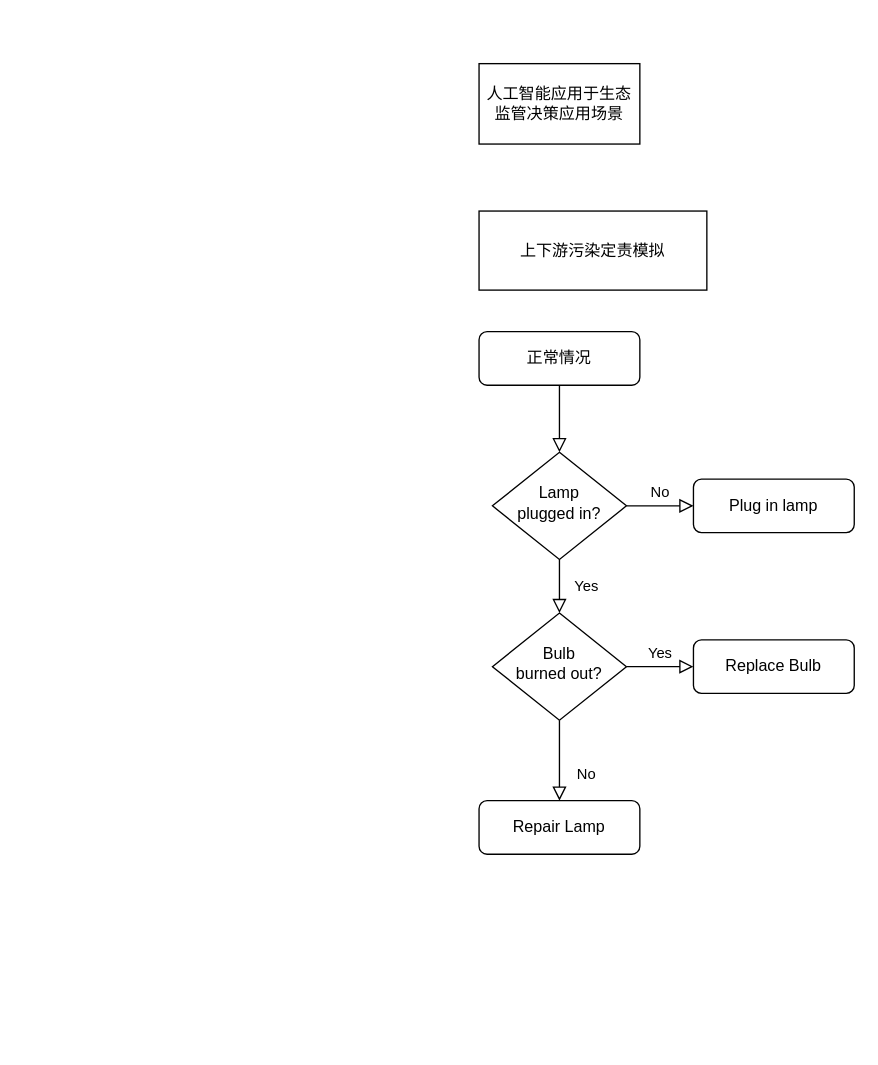
chbambooshoot/digram keeps this draw.io diagram as ai_compitation.drawio. Above is the earlier version. Source tidied: cells renumbered, new cells numbered last; positions are measured from the earlier drawing's top-left corner, leaving out a move shared by most shapes. Both pictures are drawn from the tidied source at 134%, with x=0, y=0 at pixel (478, 63).
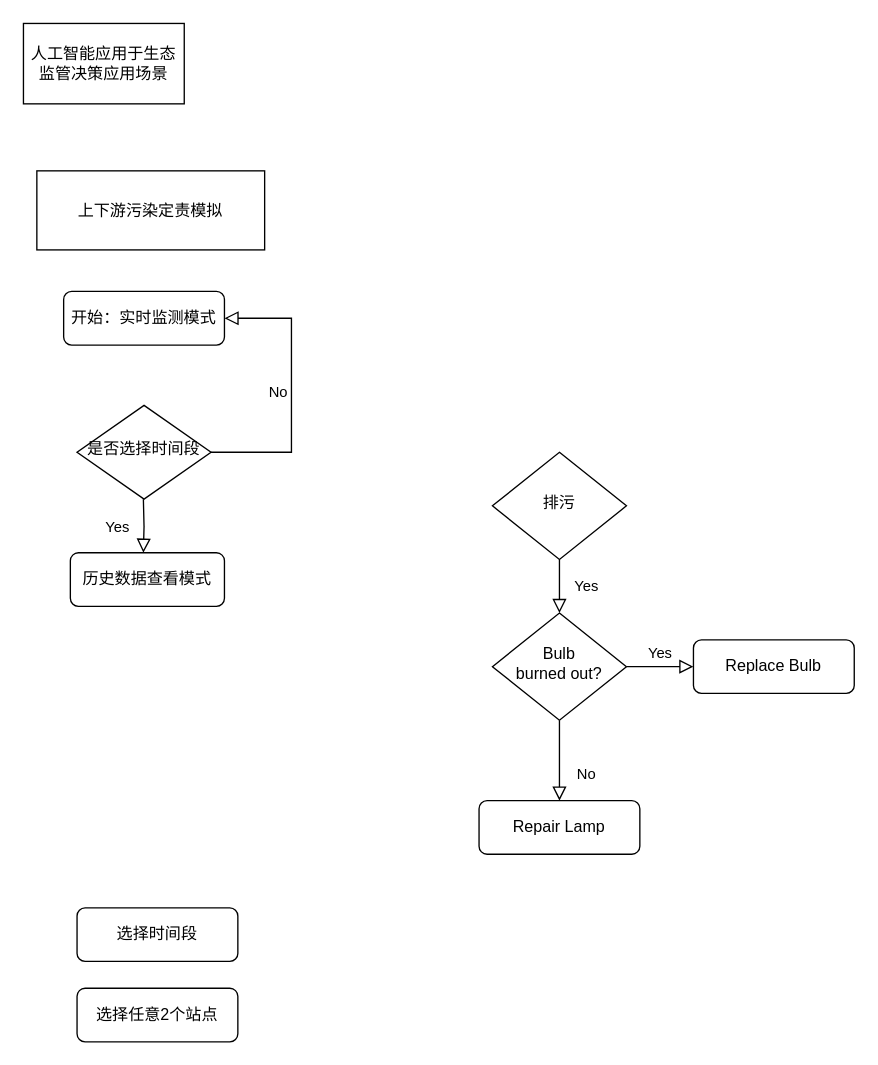
After the change.

Change to the diagram source:
```diff
@@
-    <mxCell id="2" style="rounded=0;html=1;jettySize=auto;fontSize=11;endArrow=block;endFill=0;endSize=8;strokeWidth=1;shadow=0;labelBackgroundColor=none;edgeStyle=orthogonalEdgeStyle;" parent="1" edge="1" source="3" target="6">
-      <mxGeometry relative="1" as="geometry" />
-    </mxCell>
-    <mxCell id="3" value="正常情况" style="rounded=1;whiteSpace=wrap;html=1;fontSize=12;glass=0;strokeWidth=1;shadow=0;" parent="1" vertex="1">
-      <mxGeometry y="200" width="120" height="40" as="geometry" />
+    <mxCell id="3" value="开始：实时监测模式" style="rounded=1;whiteSpace=wrap;html=1;fontSize=12;glass=0;strokeWidth=1;shadow=0;" parent="1" vertex="1">
+      <mxGeometry x="-310" y="170" width="120" height="40" as="geometry" />
     </mxCell>
@@
-    <mxCell id="5" value="No" style="edgeStyle=orthogonalEdgeStyle;rounded=0;html=1;jettySize=auto;fontSize=11;endArrow=block;endFill=0;endSize=8;strokeWidth=1;shadow=0;labelBackgroundColor=none;" parent="1" edge="1" source="6" target="7">
-      <mxGeometry y="10" relative="1" as="geometry" />
+    <mxCell id="5" value="No" style="edgeStyle=orthogonalEdgeStyle;rounded=0;html=1;jettySize=auto;fontSize=11;endArrow=block;endFill=0;endSize=8;strokeWidth=1;shadow=0;labelBackgroundColor=none;entryX=1;entryY=0.5;entryDx=0;entryDy=0;exitX=1;exitY=0.5;exitDx=0;exitDy=0;" parent="1" edge="1" source="17" target="3">
+      <mxGeometry y="10" relative="1" as="geometry">
+        <Array as="points">
+          <mxPoint x="-140" y="290" />
+          <mxPoint x="-140" y="190" />
+        </Array>
+      </mxGeometry>
     </mxCell>
-    <mxCell id="6" value="Lamp&lt;br&gt;plugged in?" style="rhombus;whiteSpace=wrap;html=1;shadow=0;fontFamily=Helvetica;fontSize=12;align=center;strokeWidth=1;spacing=6;spacingTop=-4;" parent="1" vertex="1">
+    <mxCell id="6" value="排污" style="rhombus;whiteSpace=wrap;html=1;shadow=0;fontFamily=Helvetica;fontSize=12;align=center;strokeWidth=1;spacing=6;spacingTop=-4;" parent="1" vertex="1">
       <mxGeometry x="10" y="290" width="100" height="80" as="geometry" />
     </mxCell>
-    <mxCell id="7" value="Plug in lamp" style="rounded=1;whiteSpace=wrap;html=1;fontSize=12;glass=0;strokeWidth=1;shadow=0;" parent="1" vertex="1">
-      <mxGeometry x="160" y="310" width="120" height="40" as="geometry" />
-    </mxCell>
@@
     <mxCell id="13" value="上下游污染定责模拟" style="rounded=0;whiteSpace=wrap;html=1;" parent="1" vertex="1">
-      <mxGeometry y="110" width="170" height="59" as="geometry" />
+      <mxGeometry x="-330" y="80" width="170" height="59" as="geometry" />
     </mxCell>
     <mxCell id="14" value="人工智能应用于生态监管决策应用场景" style="rounded=0;whiteSpace=wrap;html=1;" parent="1" vertex="1">
-      <mxGeometry width="120" height="60" as="geometry" />
+      <mxGeometry x="-340" y="-30" width="120" height="60" as="geometry" />
     </mxCell>
+    <mxCell id="15" value="选择任意2个站点" style="rounded=1;whiteSpace=wrap;html=1;" parent="1" vertex="1">
+      <mxGeometry x="-300" y="690" width="120" height="40" as="geometry" />
+    </mxCell>
+    <mxCell id="16" value="选择时间段" style="rounded=1;whiteSpace=wrap;html=1;" parent="1" vertex="1">
+      <mxGeometry x="-300" y="630" width="120" height="40" as="geometry" />
+    </mxCell>
+    <mxCell id="17" value="是否选择时间段" style="rhombus;whiteSpace=wrap;html=1;shadow=0;fontFamily=Helvetica;fontSize=12;align=center;strokeWidth=1;spacing=6;spacingTop=-4;" parent="1" vertex="1">
+      <mxGeometry x="-300" y="255" width="100" height="70" as="geometry" />
+    </mxCell>
+    <mxCell id="18" value="Yes" style="rounded=0;html=1;jettySize=auto;orthogonalLoop=1;fontSize=11;endArrow=block;endFill=0;endSize=8;strokeWidth=1;shadow=0;labelBackgroundColor=none;edgeStyle=orthogonalEdgeStyle;" parent="1" edge="1">
+      <mxGeometry y="20" relative="1" as="geometry">
+        <mxPoint x="-250.5" y="325" as="sourcePoint" />
+        <mxPoint x="-250.5" y="365" as="targetPoint" />
+      </mxGeometry>
+    </mxCell>
+    <mxCell id="19" value="历史数据查看模式" style="rounded=1;whiteSpace=wrap;html=1;" parent="1" vertex="1">
+      <mxGeometry x="-305" y="365" width="115" height="40" as="geometry" />
+    </mxCell>
```
